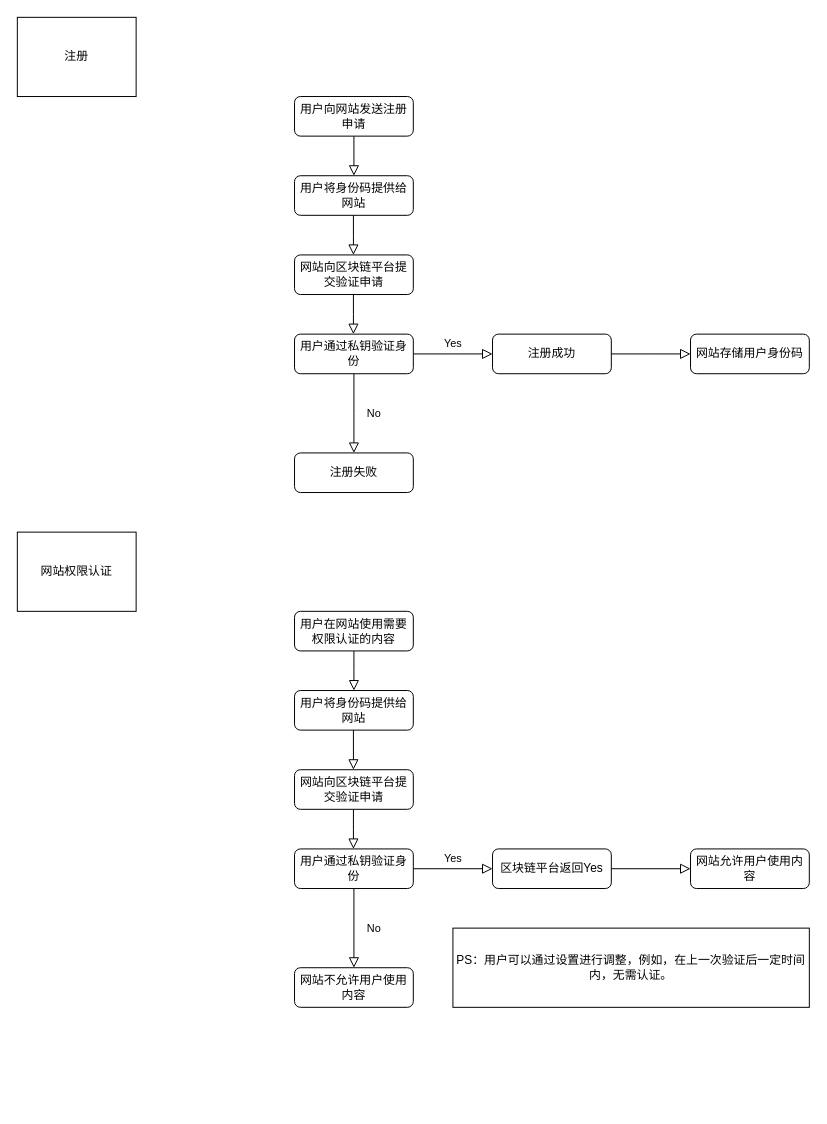
This is 大作业流程图.drawio from Quantumae/Blockchain, a draw.io file, before an edit. Source tidied: cells renumbered, new cells numbered last; positions are measured from the earlier drawing's top-left corner, leaving out a move shared by most shapes. Both pictures are drawn from the tidied source at 99%, with x=0, y=0 at pixel (17, 17).
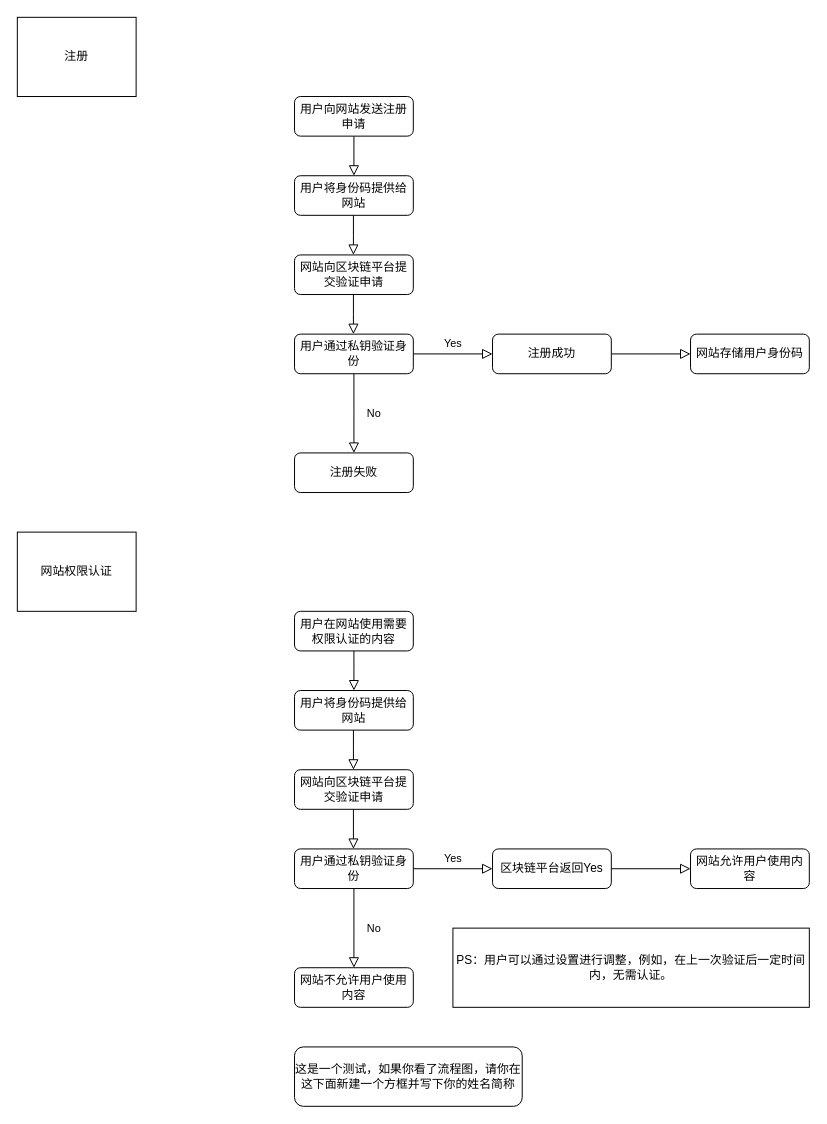
Above is the later version.

Commit message:
更新大作业流程图.drawio

What changed in the source:
```diff
@@
+    <mxCell id="31" value="这是一个测试，如果你看了流程图，请你在这下面新建一个方框并写下你的姓名简称" style="rounded=1;whiteSpace=wrap;html=1;" parent="1" vertex="1">
+      <mxGeometry x="280" y="1040" width="230" height="60" as="geometry" />
+    </mxCell>
```
